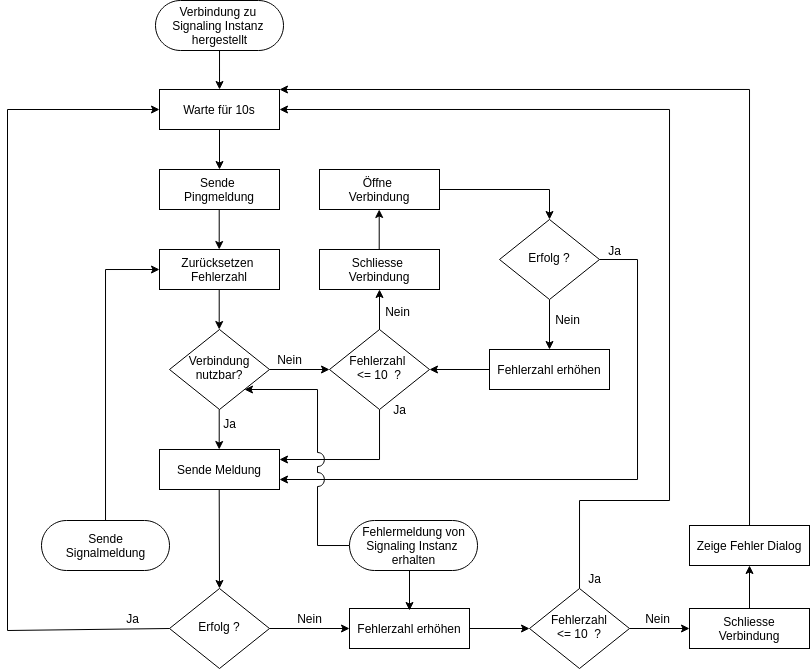
jsvilling/IP6_Bachelorarbeit_Bericht_Cloudbasiertes_Praxisrufsystem keeps this draw.io diagram as src/graphics/diagramms/flow_connection.png. Above is the earlier version. Source tidied: cells renumbered, new cells last; positions are measured from the earlier drawing's top-left corner, leaving out a move shared by most shapes.
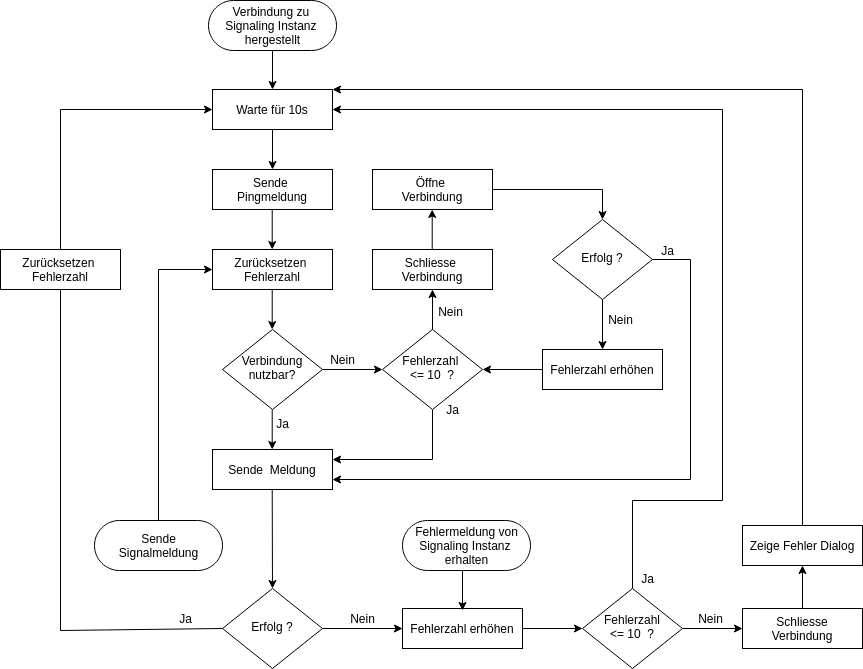
The same file after the commit.

Change to the diagram source:
```diff
@@ -14,16 +14,15 @@
     <mxCell id="5" value="Zurücksetzen&amp;nbsp;&lt;br&gt;Fehlerzahl" style="rounded=0;whiteSpace=wrap;html=1;fontSize=12;glass=0;strokeWidth=1;shadow=0;" parent="1" vertex="1">
       <mxGeometry x="152" y="249" width="120" height="40" as="geometry" />
     </mxCell>
-    <mxCell id="6" value="Sende Meldung" style="rounded=0;whiteSpace=wrap;html=1;fontSize=12;glass=0;strokeWidth=1;shadow=0;" parent="1" vertex="1">
+    <mxCell id="6" value="Sende&amp;nbsp; Meldung" style="rounded=0;whiteSpace=wrap;html=1;fontSize=12;glass=0;strokeWidth=1;shadow=0;" parent="1" vertex="1">
       <mxGeometry x="152" y="449" width="120" height="40" as="geometry" />
     </mxCell>
     <mxCell id="7" value="Erfolg ?" style="rhombus;whiteSpace=wrap;html=1;shadow=0;fontFamily=Helvetica;fontSize=12;align=center;strokeWidth=1;spacing=6;spacingTop=-4;" parent="1" vertex="1">
       <mxGeometry x="162" y="588" width="100" height="80" as="geometry" />
     </mxCell>
-    <mxCell id="8" style="endArrow=classic;html=1;rounded=0;entryX=0;entryY=0.5;entryDx=0;entryDy=0;exitX=0;exitY=0.5;exitDx=0;exitDy=0;" parent="1" edge="1" source="7" target="2">
+    <mxCell id="8" style="endArrow=classic;html=1;rounded=0;entryX=0;entryY=0.5;entryDx=0;entryDy=0;exitX=0.5;exitY=0;exitDx=0;exitDy=0;startArrow=none;" parent="1" edge="1" source="54" target="2">
       <mxGeometry relative="1" as="geometry">
         <Array as="points">
-          <mxPoint y="630" />
           <mxPoint y="109" />
         </Array>
       </mxGeometry>
@@ -184,14 +183,6 @@
     <mxCell id="45" value="Verbindung zu &lt;br&gt;Signaling Instanz &lt;br&gt;hergestellt" style="html=1;dashed=0;whitespace=wrap;shape=mxgraph.dfd.start;rounded=0;" parent="1" vertex="1">
       <mxGeometry x="148" width="128" height="50" as="geometry" />
     </mxCell>
-    <mxCell id="46" style="edgeStyle=orthogonalEdgeStyle;rounded=0;jumpStyle=arc;jumpSize=14;jettySize=auto;html=1;entryX=1;entryY=1;entryDx=0;entryDy=0;" parent="1" edge="1" source="47" target="4">
-      <mxGeometry relative="1" as="geometry">
-        <Array as="points">
-          <mxPoint x="310" y="545" />
-          <mxPoint x="310" y="389" />
-        </Array>
-      </mxGeometry>
-    </mxCell>
     <mxCell id="47" value="Fehlermeldung von&lt;br&gt;Signaling Instanz &lt;br&gt;erhalten" style="html=1;dashed=0;whitespace=wrap;shape=mxgraph.dfd.start;rounded=0;" parent="1" vertex="1">
       <mxGeometry x="342" y="520" width="128" height="50" as="geometry" />
     </mxCell>
@@ -213,5 +204,15 @@
     <mxCell id="53" value="Ja" style="text;html=1;align=center;verticalAlign=middle;strokeColor=none;fillColor=none;" parent="1" vertex="1">
       <mxGeometry x="592" y="240" width="30" height="20" as="geometry" />
     </mxCell>
+    <mxCell id="54" value="Zurücksetzen&amp;nbsp;&lt;br&gt;Fehlerzahl" style="rounded=0;whiteSpace=wrap;html=1;fontSize=12;glass=0;strokeWidth=1;shadow=0;" parent="1" vertex="1">
+      <mxGeometry x="-60" y="249" width="120" height="40" as="geometry" />
+    </mxCell>
+    <mxCell id="55" style="endArrow=none;html=1;rounded=0;entryX=0.5;entryY=1;entryDx=0;entryDy=0;exitX=0;exitY=0.5;exitDx=0;exitDy=0;" parent="1" edge="1" source="7" target="54">
+      <mxGeometry relative="1" as="geometry">
+        <Array as="points">
+          <mxPoint y="630" />
+        </Array>
+      </mxGeometry>
+    </mxCell>
   </root>
 </mxGraphModel>
```
